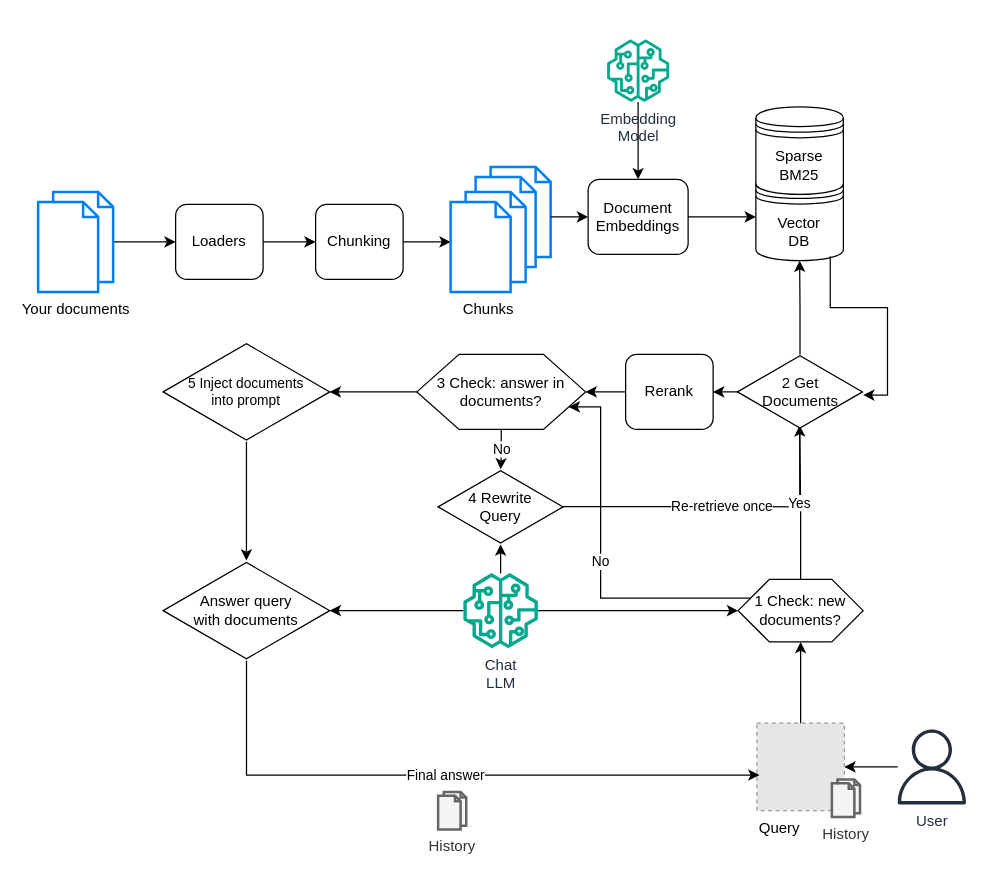
Earlier version of the draw.io diagram ragmeup.drawio (AI-Commandos/RAGMeUp). Source tidied: cells renumbered, new cells numbered last; positions are measured from the earlier drawing's top-left corner, leaving out a move shared by most shapes. Both pictures are drawn from the tidied source at 125%, with x=0, y=0 at pixel (38, 39). Pictures stored in the file or linked from it are replaced by grey dashed boxes.
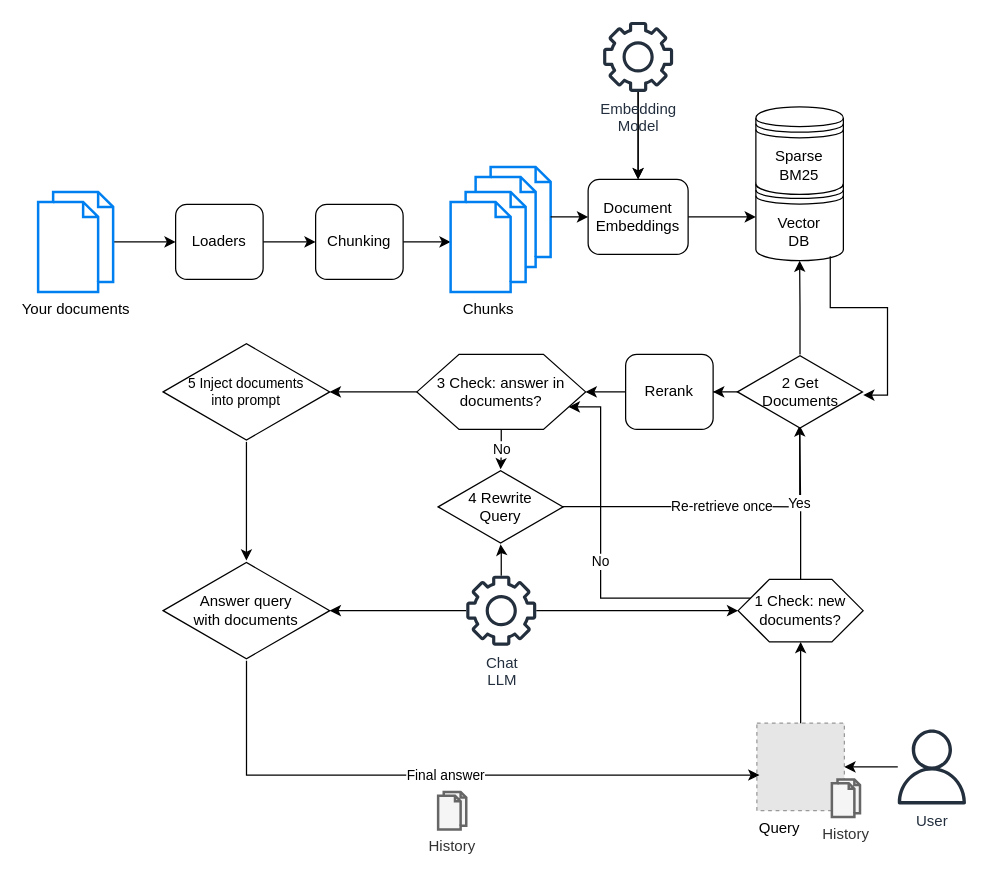
The same diagram, later.

The change refers to these unchanged cells:
```xml
<mxCell id="13" value="&lt;div&gt;Document&lt;/div&gt;&lt;div&gt;Embeddings&lt;br&gt;&lt;/div&gt;" style="rounded=1;whiteSpace=wrap;html=1;" parent="1" vertex="1">
  <mxGeometry x="440" y="112" width="80" height="60" as="geometry" />
</mxCell>
```

Change to the diagram source:
```diff
@@
+    <mxCell id="47" style="edgeStyle=orthogonalEdgeStyle;rounded=0;jettySize=auto;html=1;" parent="1" edge="1" source="44" target="13">
+      <mxGeometry relative="1" as="geometry" />
+    </mxCell>
-    <mxCell id="44" value="&lt;div&gt;Embedding&lt;/div&gt;&lt;div&gt;Model&lt;/div&gt;" style="sketch=0;outlineConnect=0;fontColor=#232F3E;gradientColor=none;fillColor=#01A88D;strokeColor=none;dashed=0;verticalLabelPosition=bottom;verticalAlign=top;align=center;html=1;fontSize=12;fontStyle=0;shape=mxgraph.aws4.sagemaker_model;" parent="1" vertex="1">
-      <mxGeometry x="455" width="50" height="50" as="geometry" />
+    <mxCell id="44" value="Embedding&lt;br&gt;Model" style="sketch=0;outlineConnect=0;fontColor=#232F3E;gradientColor=none;fillColor=#232F3D;strokeColor=none;dashed=0;verticalLabelPosition=bottom;verticalAlign=top;align=center;html=1;fontSize=12;fontStyle=0;shape=mxgraph.aws4.gear;" parent="1" vertex="1">
+      <mxGeometry x="452" y="-14" width="56" height="56" as="geometry" />
     </mxCell>
@@
-    <mxCell id="46" value="&lt;div&gt;Chat&lt;/div&gt;&lt;div&gt;LLM&lt;/div&gt;" style="sketch=0;outlineConnect=0;fontColor=#232F3E;gradientColor=none;fillColor=#01A88D;strokeColor=none;dashed=0;verticalLabelPosition=bottom;verticalAlign=top;align=center;html=1;fontSize=12;fontStyle=0;shape=mxgraph.aws4.sagemaker_model;" parent="1" vertex="1">
-      <mxGeometry x="340" y="427" width="60" height="60" as="geometry" />
+    <mxCell id="46" value="Chat&lt;br&gt;LLM" style="sketch=0;outlineConnect=0;fontColor=#232F3E;gradientColor=none;fillColor=#232F3D;strokeColor=none;dashed=0;verticalLabelPosition=bottom;verticalAlign=top;align=center;html=1;fontSize=12;fontStyle=0;shape=mxgraph.aws4.gear;" parent="1" vertex="1">
+      <mxGeometry x="342.5" y="429" width="56" height="56" as="geometry" />
     </mxCell>
```
